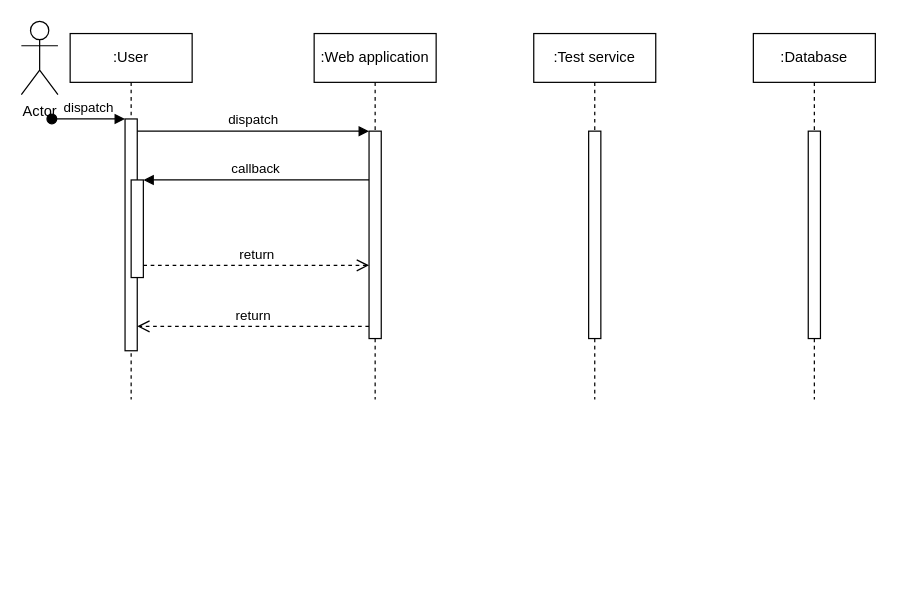
Above: 6 task.drawio in marymakayeva/Practise_project (draw.io), before the change. Source tidied: cells renumbered, new cells numbered last; positions are measured from the earlier drawing's top-left corner, leaving out a move shared by most shapes. Both pictures are drawn from the tidied source at 122%, with x=0, y=0 at pixel (21, 21).
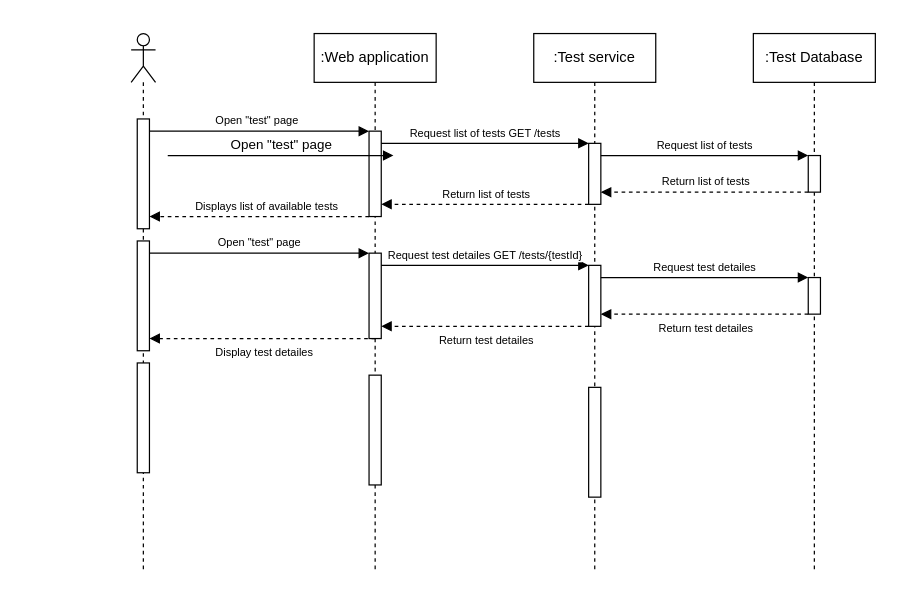
After the change.

The edit, as a diff of the source:
```diff
@@
-    <mxCell id="2" value=":User" style="shape=umlLifeline;perimeter=lifelinePerimeter;whiteSpace=wrap;html=1;newEdgeStyle={&quot;edgeStyle&quot;:&quot;elbowEdgeStyle&quot;,&quot;elbow&quot;:&quot;vertical&quot;,&quot;curved&quot;:0,&quot;rounded&quot;:0};size=40;" parent="1" vertex="1">
-      <mxGeometry x="40" y="10" width="100" height="300" as="geometry" />
-    </mxCell>
-    <mxCell id="3" style="html=1;points=[];perimeter=orthogonalPerimeter;outlineConnect=0;targetShapes=umlLifeline;portConstraint=eastwest;newEdgeStyle={&quot;edgeStyle&quot;:&quot;elbowEdgeStyle&quot;,&quot;elbow&quot;:&quot;vertical&quot;,&quot;curved&quot;:0,&quot;rounded&quot;:0};" parent="2" vertex="1">
-      <mxGeometry x="45" y="70" width="10" height="190" as="geometry" />
-    </mxCell>
-    <mxCell id="4" value="dispatch" style="html=1;verticalAlign=bottom;startArrow=oval;endArrow=block;startSize=8;edgeStyle=elbowEdgeStyle;elbow=vertical;curved=0;rounded=0;" parent="2" edge="1" target="3">
-      <mxGeometry relative="1" as="geometry">
-        <mxPoint x="-15" y="70" as="sourcePoint" />
-      </mxGeometry>
-    </mxCell>
-    <mxCell id="5" style="html=1;points=[];perimeter=orthogonalPerimeter;outlineConnect=0;targetShapes=umlLifeline;portConstraint=eastwest;newEdgeStyle={&quot;edgeStyle&quot;:&quot;elbowEdgeStyle&quot;,&quot;elbow&quot;:&quot;vertical&quot;,&quot;curved&quot;:0,&quot;rounded&quot;:0};" parent="2" vertex="1">
-      <mxGeometry x="50" y="120" width="10" height="80" as="geometry" />
-    </mxCell>
     <mxCell id="6" value=":Web application" style="shape=umlLifeline;perimeter=lifelinePerimeter;whiteSpace=wrap;html=1;newEdgeStyle={&quot;edgeStyle&quot;:&quot;elbowEdgeStyle&quot;,&quot;elbow&quot;:&quot;vertical&quot;,&quot;curved&quot;:0,&quot;rounded&quot;:0};" parent="1" vertex="1">
-      <mxGeometry x="240" y="10" width="100" height="300" as="geometry" />
+      <mxGeometry x="240" y="10" width="100" height="440" as="geometry" />
     </mxCell>
     <mxCell id="7" style="html=1;points=[];perimeter=orthogonalPerimeter;outlineConnect=0;targetShapes=umlLifeline;portConstraint=eastwest;newEdgeStyle={&quot;edgeStyle&quot;:&quot;elbowEdgeStyle&quot;,&quot;elbow&quot;:&quot;vertical&quot;,&quot;curved&quot;:0,&quot;rounded&quot;:0};" parent="6" vertex="1">
-      <mxGeometry x="45" y="80" width="10" height="170" as="geometry" />
+      <mxGeometry x="45" y="80" width="10" height="70" as="geometry" />
     </mxCell>
+    <mxCell id="17" style="html=1;points=[];perimeter=orthogonalPerimeter;outlineConnect=0;targetShapes=umlLifeline;portConstraint=eastwest;newEdgeStyle={&quot;edgeStyle&quot;:&quot;elbowEdgeStyle&quot;,&quot;elbow&quot;:&quot;vertical&quot;,&quot;curved&quot;:0,&quot;rounded&quot;:0};" parent="6" vertex="1">
+      <mxGeometry x="45" y="180" width="10" height="70" as="geometry" />
+    </mxCell>
+    <mxCell id="18" style="html=1;perimeter=orthogonalPerimeter;targetShapes=umlLifeline;newEdgeStyle={&quot;edgeStyle&quot;:&quot;elbowEdgeStyle&quot;,&quot;elbow&quot;:&quot;vertical&quot;,&quot;curved&quot;:0,&quot;rounded&quot;:0};" parent="6" vertex="1">
+      <mxGeometry x="45" y="280" width="10" height="90" as="geometry" />
+    </mxCell>
-    <mxCell id="8" value="dispatch" style="html=1;verticalAlign=bottom;endArrow=block;edgeStyle=elbowEdgeStyle;elbow=vertical;curved=0;rounded=0;" parent="1" edge="1" source="3" target="7">
+    <mxCell id="8" value="&lt;font style=&quot;font-size: 9px;&quot;&gt;Open &quot;test&quot; page&lt;/font&gt;" style="html=1;verticalAlign=bottom;endArrow=block;edgeStyle=elbowEdgeStyle;elbow=horizontal;curved=0;rounded=0;" parent="1" edge="1" source="22" target="7">
       <mxGeometry relative="1" as="geometry">
         <Array as="points">
           <mxPoint x="200" y="90" />
         </Array>
       </mxGeometry>
     </mxCell>
-    <mxCell id="9" value="return" style="html=1;verticalAlign=bottom;endArrow=open;dashed=1;endSize=8;edgeStyle=elbowEdgeStyle;elbow=vertical;curved=0;rounded=0;" parent="1" edge="1" source="7" target="3">
-      <mxGeometry relative="1" as="geometry">
-        <Array as="points">
-          <mxPoint x="210" y="250" />
-        </Array>
-      </mxGeometry>
-    </mxCell>
-    <mxCell id="10" value="callback" style="html=1;verticalAlign=bottom;endArrow=block;edgeStyle=elbowEdgeStyle;elbow=vertical;curved=0;rounded=0;" parent="1" edge="1" source="7" target="5">
-      <mxGeometry relative="1" as="geometry">
-        <Array as="points">
-          <mxPoint x="210" y="130" />
-        </Array>
-      </mxGeometry>
-    </mxCell>
-    <mxCell id="11" value="return" style="html=1;verticalAlign=bottom;endArrow=open;dashed=1;endSize=8;edgeStyle=elbowEdgeStyle;elbow=vertical;curved=0;rounded=0;" parent="1" edge="1" source="5" target="7">
-      <mxGeometry relative="1" as="geometry">
-        <Array as="points">
-          <mxPoint x="200" y="200" />
-        </Array>
-      </mxGeometry>
-    </mxCell>
-    <mxCell id="12" value=":Database" style="shape=umlLifeline;perimeter=lifelinePerimeter;whiteSpace=wrap;html=1;newEdgeStyle={&quot;edgeStyle&quot;:&quot;elbowEdgeStyle&quot;,&quot;elbow&quot;:&quot;vertical&quot;,&quot;curved&quot;:0,&quot;rounded&quot;:0};" parent="1" vertex="1">
-      <mxGeometry x="600" y="10" width="100" height="300" as="geometry" />
+    <mxCell id="12" value=":Test Database" style="shape=umlLifeline;perimeter=lifelinePerimeter;whiteSpace=wrap;html=1;newEdgeStyle={&quot;edgeStyle&quot;:&quot;elbowEdgeStyle&quot;,&quot;elbow&quot;:&quot;vertical&quot;,&quot;curved&quot;:0,&quot;rounded&quot;:0};" parent="1" vertex="1">
+      <mxGeometry x="600" y="10" width="100" height="440" as="geometry" />
     </mxCell>
     <mxCell id="13" style="html=1;points=[];perimeter=orthogonalPerimeter;outlineConnect=0;targetShapes=umlLifeline;portConstraint=eastwest;newEdgeStyle={&quot;edgeStyle&quot;:&quot;elbowEdgeStyle&quot;,&quot;elbow&quot;:&quot;vertical&quot;,&quot;curved&quot;:0,&quot;rounded&quot;:0};" parent="12" vertex="1">
-      <mxGeometry x="45" y="80" width="10" height="170" as="geometry" />
+      <mxGeometry x="45" y="100" width="10" height="30" as="geometry" />
     </mxCell>
+    <mxCell id="19" style="html=1;points=[];perimeter=orthogonalPerimeter;outlineConnect=0;targetShapes=umlLifeline;portConstraint=eastwest;newEdgeStyle={&quot;edgeStyle&quot;:&quot;elbowEdgeStyle&quot;,&quot;elbow&quot;:&quot;vertical&quot;,&quot;curved&quot;:0,&quot;rounded&quot;:0};" parent="12" vertex="1">
+      <mxGeometry x="45" y="200" width="10" height="30" as="geometry" />
+    </mxCell>
     <mxCell id="14" value=":Test service" style="shape=umlLifeline;perimeter=lifelinePerimeter;whiteSpace=wrap;html=1;newEdgeStyle={&quot;edgeStyle&quot;:&quot;elbowEdgeStyle&quot;,&quot;elbow&quot;:&quot;vertical&quot;,&quot;curved&quot;:0,&quot;rounded&quot;:0};" parent="1" vertex="1">
-      <mxGeometry x="420" y="10" width="100" height="300" as="geometry" />
+      <mxGeometry x="420" y="10" width="100" height="440" as="geometry" />
     </mxCell>
     <mxCell id="15" style="html=1;points=[];perimeter=orthogonalPerimeter;outlineConnect=0;targetShapes=umlLifeline;portConstraint=eastwest;newEdgeStyle={&quot;edgeStyle&quot;:&quot;elbowEdgeStyle&quot;,&quot;elbow&quot;:&quot;vertical&quot;,&quot;curved&quot;:0,&quot;rounded&quot;:0};" parent="14" vertex="1">
-      <mxGeometry x="45" y="80" width="10" height="170" as="geometry" />
+      <mxGeometry x="45" y="90" width="10" height="50" as="geometry" />
     </mxCell>
-    <mxCell id="16" value="Actor" style="shape=umlActor;verticalLabelPosition=bottom;verticalAlign=top;html=1;" parent="1" vertex="1">
-      <mxGeometry width="30" height="60" as="geometry" />
-    </mxCell>
+    <mxCell id="20" style="html=1;points=[];perimeter=orthogonalPerimeter;outlineConnect=0;targetShapes=umlLifeline;portConstraint=eastwest;newEdgeStyle={&quot;edgeStyle&quot;:&quot;elbowEdgeStyle&quot;,&quot;elbow&quot;:&quot;vertical&quot;,&quot;curved&quot;:0,&quot;rounded&quot;:0};" parent="14" vertex="1">
+      <mxGeometry x="45" y="190" width="10" height="50" as="geometry" />
+    </mxCell>
+    <mxCell id="21" style="html=1;perimeter=orthogonalPerimeter;targetShapes=umlLifeline;newEdgeStyle={&quot;edgeStyle&quot;:&quot;elbowEdgeStyle&quot;,&quot;elbow&quot;:&quot;vertical&quot;,&quot;curved&quot;:0,&quot;rounded&quot;:0};" parent="14" vertex="1">
+      <mxGeometry x="45" y="290" width="10" height="90" as="geometry" />
+    </mxCell>
+    <mxCell id="22" style="shape=umlLifeline;perimeter=lifelinePerimeter;whiteSpace=wrap;html=1;outlineConnect=0;portConstraint=eastwest;newEdgeStyle={&quot;curved&quot;:0,&quot;rounded&quot;:0};participant=umlActor;" parent="1" vertex="1">
+      <mxGeometry x="90" y="10" width="20" height="440" as="geometry" />
+    </mxCell>
+    <mxCell id="23" style="html=1;perimeter=orthogonalPerimeter;targetShapes=umlLifeline;newEdgeStyle={&quot;edgeStyle&quot;:&quot;elbowEdgeStyle&quot;,&quot;elbow&quot;:&quot;vertical&quot;,&quot;curved&quot;:0,&quot;rounded&quot;:0};" parent="22" vertex="1">
+      <mxGeometry x="5" y="70" width="10" height="90" as="geometry" />
+    </mxCell>
+    <mxCell id="24" style="html=1;points=[];perimeter=orthogonalPerimeter;outlineConnect=0;targetShapes=umlLifeline;portConstraint=eastwest;newEdgeStyle={&quot;edgeStyle&quot;:&quot;elbowEdgeStyle&quot;,&quot;elbow&quot;:&quot;vertical&quot;,&quot;curved&quot;:0,&quot;rounded&quot;:0};" parent="22" vertex="1">
+      <mxGeometry x="5" y="170" width="10" height="90" as="geometry" />
+    </mxCell>
+    <mxCell id="25" style="html=1;perimeter=orthogonalPerimeter;targetShapes=umlLifeline;newEdgeStyle={&quot;edgeStyle&quot;:&quot;elbowEdgeStyle&quot;,&quot;elbow&quot;:&quot;vertical&quot;,&quot;curved&quot;:0,&quot;rounded&quot;:0};" parent="22" vertex="1">
+      <mxGeometry x="5" y="270" width="10" height="90" as="geometry" />
+    </mxCell>
+    <mxCell id="26" value="&lt;font style=&quot;font-size: 9px;&quot;&gt;Request list of tests GET /tests&lt;/font&gt;" style="html=1;verticalAlign=bottom;endArrow=block;edgeStyle=elbowEdgeStyle;elbow=vertical;curved=0;rounded=0;" parent="1" edge="1">
+      <mxGeometry relative="1" as="geometry">
+        <mxPoint x="295" y="100" as="sourcePoint" />
+        <mxPoint x="465" y="100" as="targetPoint" />
+        <Array as="points">
+          <mxPoint x="405" y="100" />
+        </Array>
+      </mxGeometry>
+    </mxCell>
+    <mxCell id="27" value="&lt;font style=&quot;font-size: 9px;&quot;&gt;Request list of tests&lt;/font&gt;" style="html=1;verticalAlign=bottom;endArrow=block;edgeStyle=elbowEdgeStyle;elbow=vertical;curved=0;rounded=0;" parent="1" edge="1" source="15" target="13">
+      <mxGeometry relative="1" as="geometry">
+        <Array as="points">
+          <mxPoint x="580" y="110" />
+        </Array>
+      </mxGeometry>
+    </mxCell>
+    <mxCell id="28" value="&lt;font style=&quot;font-size: 9px;&quot;&gt;Open &quot;test&quot; page&lt;/font&gt;" style="html=1;verticalAlign=bottom;endArrow=block;edgeStyle=elbowEdgeStyle;elbow=vertical;curved=0;rounded=0;" parent="1" edge="1" target="17">
+      <mxGeometry relative="1" as="geometry">
+        <mxPoint x="105" y="190" as="sourcePoint" />
+        <Array as="points">
+          <mxPoint x="210" y="190" />
+        </Array>
+      </mxGeometry>
+    </mxCell>
+    <mxCell id="29" value="Open &quot;test&quot; page" style="html=1;verticalAlign=bottom;endArrow=block;edgeStyle=elbowEdgeStyle;elbow=vertical;curved=0;rounded=0;" parent="1" edge="1">
+      <mxGeometry relative="1" as="geometry">
+        <mxPoint x="120" y="110" as="sourcePoint" />
+        <mxPoint x="305" y="110" as="targetPoint" />
+        <Array as="points">
+          <mxPoint x="220" y="110" />
+        </Array>
+      </mxGeometry>
+    </mxCell>
+    <mxCell id="30" value="&lt;font style=&quot;font-size: 9px;&quot;&gt;Request test detailes&lt;/font&gt;" style="html=1;verticalAlign=bottom;endArrow=block;edgeStyle=elbowEdgeStyle;elbow=vertical;curved=0;rounded=0;" parent="1" edge="1" source="20" target="19">
+      <mxGeometry relative="1" as="geometry">
+        <Array as="points">
+          <mxPoint x="570" y="210" />
+        </Array>
+      </mxGeometry>
+    </mxCell>
+    <mxCell id="31" value="&lt;font style=&quot;font-size: 9px;&quot;&gt;Request test detailes GET /tests/{testId}&lt;/font&gt;" style="html=1;verticalAlign=bottom;endArrow=block;edgeStyle=elbowEdgeStyle;elbow=vertical;curved=0;rounded=0;" parent="1" edge="1" source="17" target="20">
+      <mxGeometry relative="1" as="geometry">
+        <Array as="points">
+          <mxPoint x="400" y="200" />
+        </Array>
+      </mxGeometry>
+    </mxCell>
+    <mxCell id="32" style="html=1;verticalAlign=bottom;labelBackgroundColor=none;endArrow=block;endFill=1;dashed=1;rounded=0;" parent="1" edge="1">
+      <mxGeometry relative="1" as="geometry">
+        <mxPoint x="645" y="140" as="sourcePoint" />
+        <mxPoint x="475" y="140" as="targetPoint" />
+      </mxGeometry>
+    </mxCell>
+    <mxCell id="33" value="&lt;font style=&quot;font-size: 9px;&quot;&gt;Return list of tests&lt;/font&gt;" style="edgeLabel;html=1;align=center;verticalAlign=middle;" parent="32" vertex="1">
+      <mxGeometry x="-0.04" y="-3" relative="1" as="geometry">
+        <mxPoint x="-3" y="-7" as="offset" />
+      </mxGeometry>
+    </mxCell>
+    <mxCell id="34" style="html=1;verticalAlign=bottom;labelBackgroundColor=none;endArrow=block;endFill=1;dashed=1;rounded=0;" parent="1" edge="1">
+      <mxGeometry relative="1" as="geometry">
+        <mxPoint x="645" y="240" as="sourcePoint" />
+        <mxPoint x="475" y="240" as="targetPoint" />
+      </mxGeometry>
+    </mxCell>
+    <mxCell id="35" value="&lt;font style=&quot;font-size: 9px;&quot;&gt;Return test detailes&lt;/font&gt;" style="edgeLabel;html=1;align=center;verticalAlign=middle;" parent="34" vertex="1">
+      <mxGeometry x="-0.04" y="-3" relative="1" as="geometry">
+        <mxPoint x="-3" y="13" as="offset" />
+      </mxGeometry>
+    </mxCell>
+    <mxCell id="36" style="html=1;verticalAlign=bottom;labelBackgroundColor=none;endArrow=block;endFill=1;dashed=1;rounded=0;" parent="1" edge="1">
+      <mxGeometry relative="1" as="geometry">
+        <mxPoint x="285" y="160" as="sourcePoint" />
+        <mxPoint x="105" y="160" as="targetPoint" />
+      </mxGeometry>
+    </mxCell>
+    <mxCell id="37" value="&lt;font style=&quot;font-size: 9px;&quot;&gt;Displays list of available tests&lt;/font&gt;" style="edgeLabel;html=1;align=center;verticalAlign=middle;" parent="36" vertex="1">
+      <mxGeometry x="-0.04" y="-3" relative="1" as="geometry">
+        <mxPoint x="1" y="-7" as="offset" />
+      </mxGeometry>
+    </mxCell>
+    <mxCell id="38" style="html=1;verticalAlign=bottom;labelBackgroundColor=none;endArrow=block;endFill=1;dashed=1;rounded=0;" parent="1" edge="1">
+      <mxGeometry relative="1" as="geometry">
+        <mxPoint x="465" y="150" as="sourcePoint" />
+        <mxPoint x="295" y="150" as="targetPoint" />
+      </mxGeometry>
+    </mxCell>
+    <mxCell id="39" value="&lt;font style=&quot;font-size: 9px;&quot;&gt;Return list of tests&lt;/font&gt;" style="edgeLabel;html=1;align=center;verticalAlign=middle;" parent="38" vertex="1">
+      <mxGeometry x="-0.04" y="-3" relative="1" as="geometry">
+        <mxPoint x="-3" y="-7" as="offset" />
+      </mxGeometry>
+    </mxCell>
+    <mxCell id="40" style="html=1;verticalAlign=bottom;labelBackgroundColor=none;endArrow=block;endFill=1;dashed=1;rounded=0;" parent="1" edge="1">
+      <mxGeometry relative="1" as="geometry">
+        <mxPoint x="465" y="250" as="sourcePoint" />
+        <mxPoint x="295" y="250" as="targetPoint" />
+      </mxGeometry>
+    </mxCell>
+    <mxCell id="41" value="&lt;font style=&quot;font-size: 9px;&quot;&gt;Return test detailes&lt;/font&gt;" style="edgeLabel;html=1;align=center;verticalAlign=middle;" parent="40" vertex="1">
+      <mxGeometry x="-0.04" y="-3" relative="1" as="geometry">
+        <mxPoint x="-3" y="13" as="offset" />
+      </mxGeometry>
+    </mxCell>
+    <mxCell id="42" style="html=1;verticalAlign=bottom;labelBackgroundColor=none;endArrow=block;endFill=1;dashed=1;rounded=0;" parent="1" edge="1" target="24">
+      <mxGeometry relative="1" as="geometry">
+        <mxPoint x="290" y="260" as="sourcePoint" />
+      </mxGeometry>
+    </mxCell>
+    <mxCell id="43" value="&lt;font style=&quot;font-size: 9px;&quot;&gt;Display test detailes&lt;/font&gt;" style="edgeLabel;html=1;align=center;verticalAlign=middle;" parent="42" vertex="1">
+      <mxGeometry x="-0.04" y="-3" relative="1" as="geometry">
+        <mxPoint x="-3" y="13" as="offset" />
+      </mxGeometry>
+    </mxCell>
```
